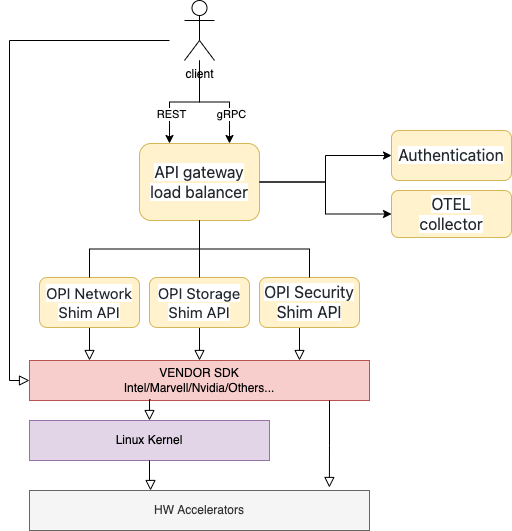
tedstreete/opi-api keeps this draw.io diagram as doc/images/API-GW-Layers.png. Above is the earlier version. Source tidied: cells renumbered, new cells last; positions are measured from the earlier drawing's top-left corner, leaving out a move shared by most shapes.
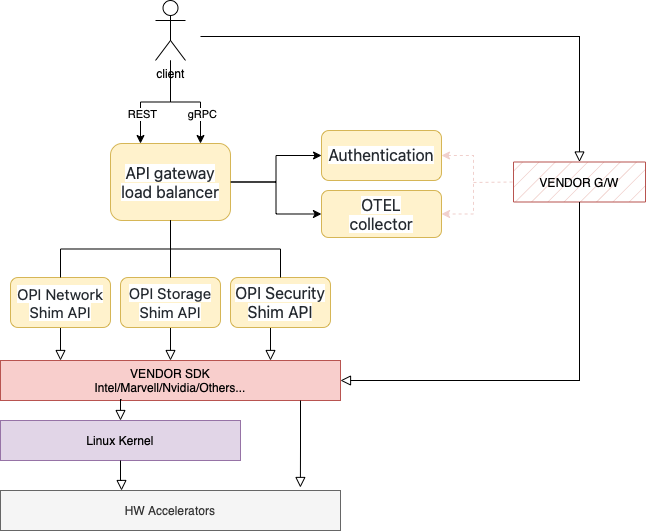
The same diagram one commit later.

Commit message:
Modified access path to Vendor SDK

What changed in the source:
```diff
@@ -48,10 +48,10 @@
       <mxGeometry relative="1" as="geometry" />
     </mxCell>
     <mxCell id="14" value="&lt;span style=&quot;color: rgb(36, 41, 47); font-family: -apple-system, BlinkMacSystemFont, &amp;quot;Segoe UI&amp;quot;, Helvetica, Arial, sans-serif, &amp;quot;Apple Color Emoji&amp;quot;, &amp;quot;Segoe UI Emoji&amp;quot;; font-size: 16px; text-align: left; background-color: rgb(255, 255, 255);&quot;&gt;OTEL&lt;br&gt;collector&lt;br&gt;&lt;/span&gt;" style="rounded=1;whiteSpace=wrap;html=1;fontSize=12;glass=0;strokeWidth=1;shadow=0;fillColor=#fff2cc;strokeColor=#d6b656;gradientColor=none;" parent="1" vertex="1">
-      <mxGeometry x="382" y="190" width="120" height="47" as="geometry" />
+      <mxGeometry x="341" y="190" width="120" height="47" as="geometry" />
     </mxCell>
     <mxCell id="15" value="&lt;span style=&quot;color: rgb(36, 41, 47); font-family: -apple-system, BlinkMacSystemFont, &amp;quot;Segoe UI&amp;quot;, Helvetica, Arial, sans-serif, &amp;quot;Apple Color Emoji&amp;quot;, &amp;quot;Segoe UI Emoji&amp;quot;; font-size: 16px; text-align: left; background-color: rgb(255, 255, 255);&quot;&gt;Authentication&lt;br&gt;&lt;/span&gt;" style="rounded=1;whiteSpace=wrap;html=1;fontSize=12;glass=0;strokeWidth=1;shadow=0;fillColor=#fff2cc;strokeColor=#d6b656;" parent="1" vertex="1">
-      <mxGeometry x="382" y="130" width="120" height="50" as="geometry" />
+      <mxGeometry x="341" y="130" width="120" height="50" as="geometry" />
     </mxCell>
     <mxCell id="16" style="edgeStyle=orthogonalEdgeStyle;rounded=0;jettySize=auto;html=1;entryX=0;entryY=0.5;entryDx=0;entryDy=0;exitX=1;exitY=0.5;exitDx=0;exitDy=0;" parent="1" edge="1" source="4" target="15">
       <mxGeometry relative="1" as="geometry" />
@@ -88,16 +88,29 @@
         <mxPoint x="320" y="400" as="sourcePoint" />
       </mxGeometry>
     </mxCell>
-    <mxCell id="27" style="rounded=0;html=1;jettySize=auto;orthogonalLoop=1;fontSize=11;endArrow=block;endFill=0;endSize=8;strokeWidth=1;shadow=0;labelBackgroundColor=none;edgeStyle=orthogonalEdgeStyle;startArrow=none;" parent="1" edge="1">
+    <mxCell id="27" style="rounded=0;html=1;jettySize=auto;fontSize=11;endArrow=block;endFill=0;endSize=8;strokeWidth=1;shadow=0;labelBackgroundColor=none;edgeStyle=orthogonalEdgeStyle;startArrow=none;entryX=0.5;entryY=0;entryDx=0;entryDy=0;" parent="1" edge="1" target="28">
       <mxGeometry relative="1" as="geometry">
-        <mxPoint x="160" y="40" as="sourcePoint" />
-        <mxPoint x="20" y="380" as="targetPoint" />
-        <Array as="points">
-          <mxPoint y="40" />
-          <mxPoint y="380" />
-          <mxPoint x="20" y="380" />
-        </Array>
+        <mxPoint x="220" y="36" as="sourcePoint" />
       </mxGeometry>
     </mxCell>
+    <mxCell id="28" value="VENDOR G/W" style="rounded=0;whiteSpace=wrap;html=1;fillColor=#f0d0cd;strokeColor=#b85450;fillStyle=hatch;gradientColor=none;gradientDirection=radial;" parent="1" vertex="1">
+      <mxGeometry x="533" y="161.5" width="132" height="40" as="geometry" />
+    </mxCell>
+    <mxCell id="29" style="rounded=0;html=1;jettySize=auto;fontSize=11;endArrow=block;endFill=0;endSize=8;strokeWidth=1;shadow=0;labelBackgroundColor=none;edgeStyle=orthogonalEdgeStyle;startArrow=none;entryX=1;entryY=0.5;entryDx=0;entryDy=0;exitX=0.5;exitY=1;exitDx=0;exitDy=0;" parent="1" edge="1" source="28" target="21">
+      <mxGeometry relative="1" as="geometry" />
+    </mxCell>
+    <mxCell id="30" style="edgeStyle=orthogonalEdgeStyle;rounded=0;jettySize=auto;html=1;entryX=1;entryY=0.5;entryDx=0;entryDy=0;exitX=1;exitY=0.5;exitDx=0;exitDy=0;startArrow=classic;startFill=1;fillColor=#ffe6cc;strokeColor=#f0d0cd;dashed=1;" parent="1" edge="1" source="15" target="14">
+      <mxGeometry relative="1" as="geometry">
+        <Array as="points">
+          <mxPoint x="493" y="155" />
+          <mxPoint x="493" y="214" />
+        </Array>
+      </mxGeometry>
+    </mxCell>
+    <mxCell id="31" style="rounded=0;jettySize=auto;html=1;entryX=0;entryY=0.5;entryDx=0;entryDy=0;endArrow=none;endFill=0;fillColor=#ffe6cc;strokeColor=#f0d0cd;dashed=1;" parent="1" edge="1" target="28">
+      <mxGeometry relative="1" as="geometry">
+        <mxPoint x="493" y="182" as="sourcePoint" />
+      </mxGeometry>
+    </mxCell>
   </root>
 </mxGraphModel>
```
